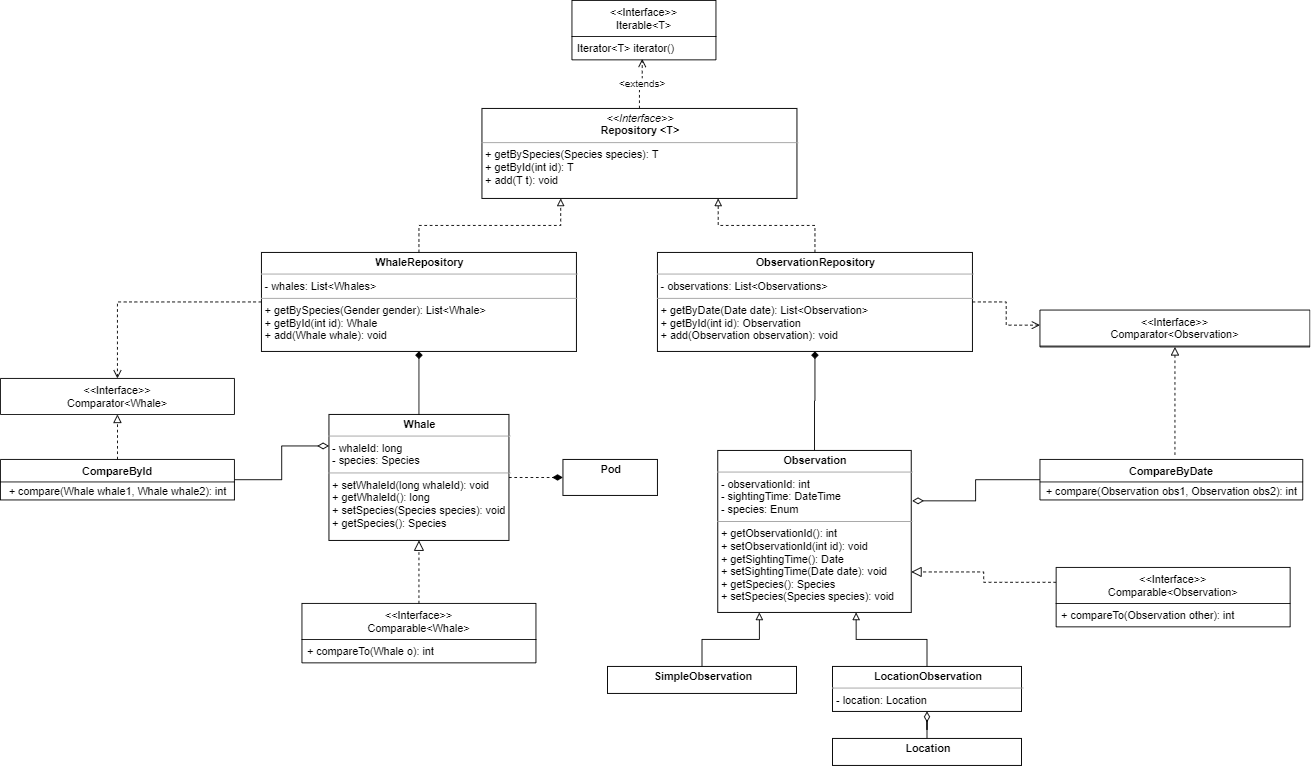
This is doc/diagrams/Ex3-Class-Diagram.png from savioalphonso/exercise3-group-6, a draw.io export, as it was before one commit. Source tidied: cells renumbered, new cells last; positions are measured from the earlier drawing's top-left corner, leaving out a move shared by most shapes.
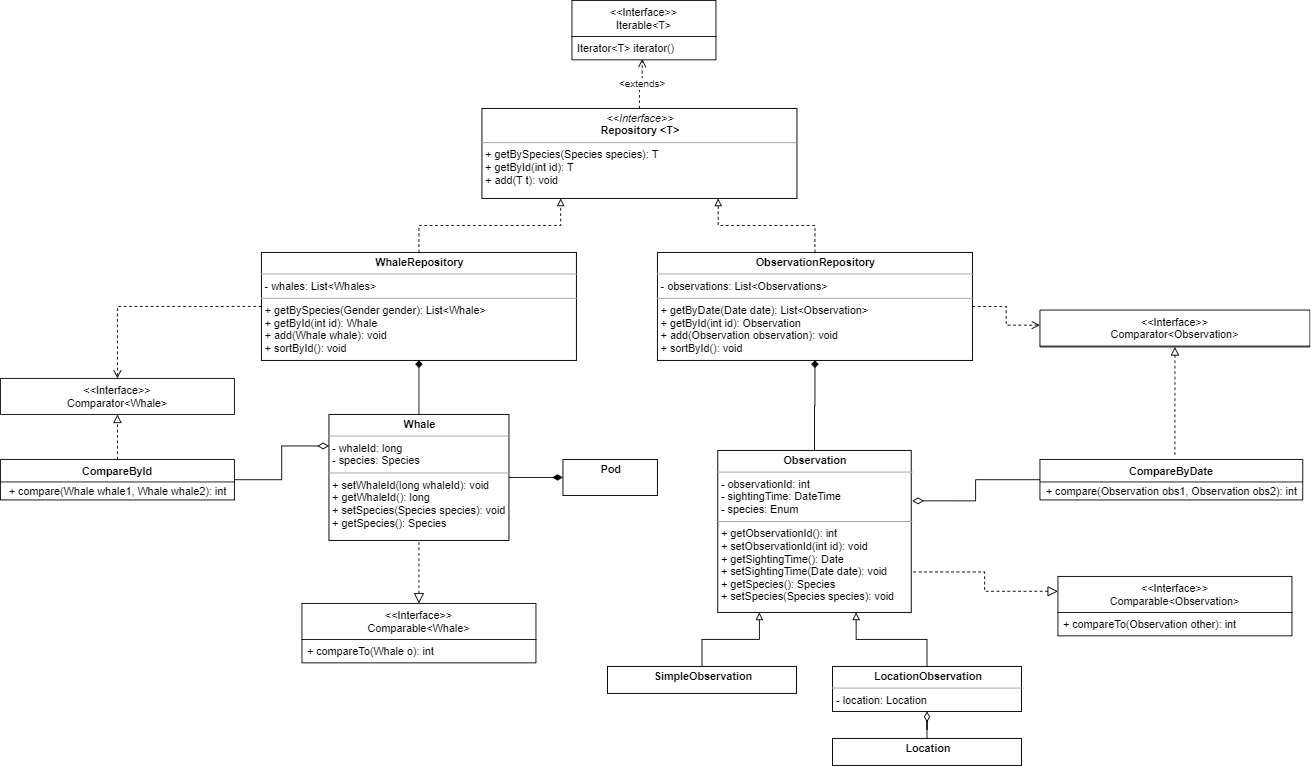
The same diagram one commit later.

Commit message:
Added new class diagram

Diff of the diagram source:
```diff
@@ -2,7 +2,7 @@
   <root>
     <mxCell id="0" />
     <mxCell id="1" parent="0" />
-    <mxCell id="2" style="edgeStyle=orthogonalEdgeStyle;rounded=0;jettySize=auto;html=1;entryX=0;entryY=0.5;entryDx=0;entryDy=0;dashed=1;endArrow=diamondThin;endFill=1;endSize=9;strokeWidth=1;" parent="1" edge="1" source="3" target="23">
+    <mxCell id="2" style="edgeStyle=orthogonalEdgeStyle;rounded=0;jettySize=auto;html=1;entryX=0;entryY=0.5;entryDx=0;entryDy=0;endArrow=diamondThin;endFill=1;endSize=9;strokeWidth=1;" parent="1" edge="1" source="3" target="23">
       <mxGeometry relative="1" as="geometry" />
     </mxCell>
     <mxCell id="3" value="&lt;p style=&quot;margin: 0px ; margin-top: 4px ; text-align: center&quot;&gt;&lt;b&gt;Whale&lt;/b&gt;&lt;/p&gt;&lt;hr size=&quot;1&quot;&gt;&lt;p style=&quot;margin: 0px ; margin-left: 4px&quot;&gt;- whaleId: long&amp;nbsp;&lt;/p&gt;&lt;p style=&quot;margin: 0px ; margin-left: 4px&quot;&gt;- species: Species&lt;/p&gt;&lt;hr size=&quot;1&quot;&gt;&lt;p style=&quot;margin: 0px ; margin-left: 4px&quot;&gt;+ setWhaleId(long whaleId): void&lt;/p&gt;&lt;p style=&quot;margin: 0px ; margin-left: 4px&quot;&gt;+ getWhaleId(): long&lt;/p&gt;&lt;p style=&quot;margin: 0px ; margin-left: 4px&quot;&gt;+ setSpecies(Species species): void&lt;/p&gt;&lt;p style=&quot;margin: 0px ; margin-left: 4px&quot;&gt;+ getSpecies(): Species&lt;/p&gt;" style="verticalAlign=top;align=left;overflow=fill;fontSize=12;fontFamily=Helvetica;html=1;" parent="1" vertex="1">
@@ -20,8 +20,8 @@
     <mxCell id="7" style="edgeStyle=orthogonalEdgeStyle;rounded=0;jettySize=auto;html=1;entryX=0;entryY=0.409;entryDx=0;entryDy=0;entryPerimeter=0;dashed=1;endArrow=open;endFill=0;endSize=7;strokeWidth=1;" parent="1" edge="1" source="8" target="43">
       <mxGeometry relative="1" as="geometry" />
     </mxCell>
-    <mxCell id="8" value="&lt;p style=&quot;margin: 0px ; margin-top: 4px ; text-align: center&quot;&gt;&lt;b&gt;ObservationRepository&lt;/b&gt;&lt;/p&gt;&lt;hr size=&quot;1&quot;&gt;&lt;p style=&quot;margin: 0px ; margin-left: 4px&quot;&gt;- observations: List&amp;lt;Observations&amp;gt;&lt;br&gt;&lt;/p&gt;&lt;hr size=&quot;1&quot;&gt;&lt;p style=&quot;margin: 0px ; margin-left: 4px&quot;&gt;+ getByDate(Date date): List&amp;lt;Observation&amp;gt;&lt;span&gt;&amp;nbsp;&lt;/span&gt;&lt;/p&gt;&lt;p style=&quot;margin: 0px ; margin-left: 4px&quot;&gt;+ getById(int id): Observation&lt;/p&gt;&lt;p style=&quot;margin: 0px ; margin-left: 4px&quot;&gt;+ add(Observation observation): void&lt;/p&gt;&lt;p style=&quot;margin: 0px ; margin-left: 4px&quot;&gt;&lt;br&gt;&lt;/p&gt;" style="verticalAlign=top;align=left;overflow=fill;fontSize=12;fontFamily=Helvetica;html=1;" parent="1" vertex="1">
-      <mxGeometry x="730" y="280" width="350" height="110" as="geometry" />
+    <mxCell id="8" value="&lt;p style=&quot;margin: 0px ; margin-top: 4px ; text-align: center&quot;&gt;&lt;b&gt;ObservationRepository&lt;/b&gt;&lt;/p&gt;&lt;hr size=&quot;1&quot;&gt;&lt;p style=&quot;margin: 0px ; margin-left: 4px&quot;&gt;- observations: List&amp;lt;Observations&amp;gt;&lt;br&gt;&lt;/p&gt;&lt;hr size=&quot;1&quot;&gt;&lt;p style=&quot;margin: 0px ; margin-left: 4px&quot;&gt;+ getByDate(Date date): List&amp;lt;Observation&amp;gt;&lt;span&gt;&amp;nbsp;&lt;/span&gt;&lt;/p&gt;&lt;p style=&quot;margin: 0px ; margin-left: 4px&quot;&gt;+ getById(int id): Observation&lt;/p&gt;&lt;p style=&quot;margin: 0px ; margin-left: 4px&quot;&gt;+ add(Observation observation): void&lt;/p&gt;&lt;p style=&quot;margin: 0px ; margin-left: 4px&quot;&gt;+ sortById(): void&lt;/p&gt;" style="verticalAlign=top;align=left;overflow=fill;fontSize=12;fontFamily=Helvetica;html=1;" parent="1" vertex="1">
+      <mxGeometry x="730" y="280" width="350" height="120" as="geometry" />
     </mxCell>
     <mxCell id="9" style="edgeStyle=orthogonalEdgeStyle;rounded=0;jettySize=auto;html=1;exitX=0.5;exitY=0;exitDx=0;exitDy=0;entryX=0.25;entryY=1;entryDx=0;entryDy=0;dashed=1;endArrow=block;endFill=0;" parent="1" edge="1" source="12" target="16">
       <mxGeometry relative="1" as="geometry" />
@@ -32,8 +32,8 @@
     <mxCell id="11" style="edgeStyle=orthogonalEdgeStyle;rounded=0;jettySize=auto;html=1;entryX=0.5;entryY=0;entryDx=0;entryDy=0;dashed=1;endArrow=open;endFill=0;endSize=7;strokeWidth=1;" parent="1" edge="1" source="12" target="30">
       <mxGeometry relative="1" as="geometry" />
     </mxCell>
-    <mxCell id="12" value="&lt;p style=&quot;margin: 0px ; margin-top: 4px ; text-align: center&quot;&gt;&lt;b&gt;WhaleRepository&lt;/b&gt;&lt;/p&gt;&lt;hr size=&quot;1&quot;&gt;&lt;p style=&quot;margin: 0px ; margin-left: 4px&quot;&gt;- whales: List&amp;lt;Whales&amp;gt;&lt;br&gt;&lt;/p&gt;&lt;hr size=&quot;1&quot;&gt;&lt;p style=&quot;margin: 0px ; margin-left: 4px&quot;&gt;&lt;span&gt;+ getBySpecies(Gender gender): List&amp;lt;Whale&amp;gt;&lt;/span&gt;&lt;br&gt;&lt;/p&gt;&lt;p style=&quot;margin: 0px ; margin-left: 4px&quot;&gt;+ getById(int id): Whale&lt;/p&gt;&lt;p style=&quot;margin: 0px ; margin-left: 4px&quot;&gt;+ add(Whale whale): void&lt;/p&gt;" style="verticalAlign=top;align=left;overflow=fill;fontSize=12;fontFamily=Helvetica;html=1;" parent="1" vertex="1">
-      <mxGeometry x="290" y="280" width="350" height="110" as="geometry" />
+    <mxCell id="12" value="&lt;p style=&quot;margin: 0px ; margin-top: 4px ; text-align: center&quot;&gt;&lt;b&gt;WhaleRepository&lt;/b&gt;&lt;/p&gt;&lt;hr size=&quot;1&quot;&gt;&lt;p style=&quot;margin: 0px ; margin-left: 4px&quot;&gt;- whales: List&amp;lt;Whales&amp;gt;&lt;br&gt;&lt;/p&gt;&lt;hr size=&quot;1&quot;&gt;&lt;p style=&quot;margin: 0px ; margin-left: 4px&quot;&gt;&lt;span&gt;+ getBySpecies(Gender gender): List&amp;lt;Whale&amp;gt;&lt;/span&gt;&lt;br&gt;&lt;/p&gt;&lt;p style=&quot;margin: 0px ; margin-left: 4px&quot;&gt;+ getById(int id): Whale&lt;/p&gt;&lt;p style=&quot;margin: 0px ; margin-left: 4px&quot;&gt;+ add(Whale whale): void&lt;/p&gt;&lt;p style=&quot;margin: 0px ; margin-left: 4px&quot;&gt;+ sortById(): void&lt;/p&gt;" style="verticalAlign=top;align=left;overflow=fill;fontSize=12;fontFamily=Helvetica;html=1;" parent="1" vertex="1">
+      <mxGeometry x="290" y="280" width="350" height="120" as="geometry" />
     </mxCell>
     <mxCell id="13" style="edgeStyle=orthogonalEdgeStyle;rounded=0;jettySize=auto;html=1;entryX=0.488;entryY=0.962;entryDx=0;entryDy=0;entryPerimeter=0;endArrow=open;endFill=0;endSize=7;strokeWidth=1;dashed=1;" parent="1" edge="1" source="16" target="32">
       <mxGeometry relative="1" as="geometry" />
@@ -103,7 +103,7 @@
     <mxCell id="32" value="Iterator&lt;T&gt; iterator()" style="text;strokeColor=none;fillColor=none;align=left;verticalAlign=top;spacingLeft=4;spacingRight=4;overflow=hidden;points=[[0,0.5],[1,0.5]];portConstraint=eastwest;" parent="31" vertex="1">
       <mxGeometry y="40" width="160" height="26" as="geometry" />
     </mxCell>
-    <mxCell id="33" style="edgeStyle=orthogonalEdgeStyle;rounded=0;jettySize=auto;html=1;dashed=1;endArrow=block;endFill=0;endSize=9;strokeWidth=1;" parent="1" edge="1" source="34" target="3">
+    <mxCell id="33" style="edgeStyle=orthogonalEdgeStyle;rounded=0;jettySize=auto;html=1;dashed=1;endArrow=none;endFill=0;endSize=9;strokeWidth=1;startArrow=block;startFill=0;startSize=9;" parent="1" edge="1" source="34" target="3">
       <mxGeometry relative="1" as="geometry" />
     </mxCell>
     <mxCell id="34" value="&lt;&lt;Interface&gt;&gt;&#10;Comparable&lt;Whale&gt;&#10;" style="swimlane;fontStyle=0;align=center;verticalAlign=top;horizontal=1;startSize=40;" parent="1" vertex="1">
@@ -112,15 +112,9 @@
     <mxCell id="35" value="+ compareTo(Whale o): int" style="text;strokeColor=none;fillColor=none;align=left;verticalAlign=top;spacingLeft=4;spacingRight=4;overflow=hidden;" parent="34" vertex="1">
       <mxGeometry y="40" width="260" height="26" as="geometry" />
     </mxCell>
-    <mxCell id="36" style="edgeStyle=orthogonalEdgeStyle;rounded=0;jettySize=auto;html=1;entryX=1;entryY=0.75;entryDx=0;entryDy=0;dashed=1;endArrow=block;endFill=0;endSize=9;strokeWidth=1;exitX=0;exitY=0.25;exitDx=0;exitDy=0;" parent="1" edge="1" source="37" target="5">
+    <mxCell id="36" style="edgeStyle=orthogonalEdgeStyle;rounded=0;jettySize=auto;html=1;entryX=1;entryY=0.75;entryDx=0;entryDy=0;dashed=1;endArrow=none;endFill=0;endSize=9;strokeWidth=1;exitX=0;exitY=0.25;exitDx=0;exitDy=0;startArrow=block;startFill=0;startSize=9;" parent="1" edge="1" source="37" target="5">
       <mxGeometry relative="1" as="geometry" />
     </mxCell>
-    <mxCell id="37" value="&lt;&lt;Interface&gt;&gt;&#10;Comparable&lt;Observation&gt;&#10;" style="swimlane;fontStyle=0;align=center;verticalAlign=top;horizontal=1;startSize=40;" parent="1" vertex="1">
-      <mxGeometry x="1173" y="630" width="260" height="66" as="geometry" />
-    </mxCell>
-    <mxCell id="38" value="+ compareTo(Observation other): int" style="text;strokeColor=none;fillColor=none;align=left;verticalAlign=top;spacingLeft=4;spacingRight=4;overflow=hidden;" parent="37" vertex="1">
-      <mxGeometry y="40" width="260" height="26" as="geometry" />
-    </mxCell>
     <mxCell id="39" value="CompareById" style="swimlane;fontStyle=1;align=center;verticalAlign=top;horizontal=1;startSize=25;" parent="1" vertex="1">
       <mxGeometry y="510" width="260" height="45" as="geometry" />
     </mxCell>
@@ -136,5 +130,11 @@
     <mxCell id="43" value="&lt;&lt;Interface&gt;&gt;&#10;Comparator&lt;Observation&gt;&#10;" style="swimlane;fontStyle=0;align=center;verticalAlign=top;horizontal=1;startSize=40;" parent="1" vertex="1">
       <mxGeometry x="1155" y="344" width="300" height="41" as="geometry" />
     </mxCell>
+    <mxCell id="37" value="&lt;&lt;Interface&gt;&gt;&#10;Comparable&lt;Observation&gt;&#10;" style="swimlane;fontStyle=0;align=center;verticalAlign=top;horizontal=1;startSize=40;" parent="1" vertex="1">
+      <mxGeometry x="1175" y="640" width="260" height="66" as="geometry" />
+    </mxCell>
+    <mxCell id="38" value="+ compareTo(Observation other): int" style="text;strokeColor=none;fillColor=none;align=left;verticalAlign=top;spacingLeft=4;spacingRight=4;overflow=hidden;" parent="37" vertex="1">
+      <mxGeometry y="40" width="260" height="26" as="geometry" />
+    </mxCell>
   </root>
 </mxGraphModel>
```
